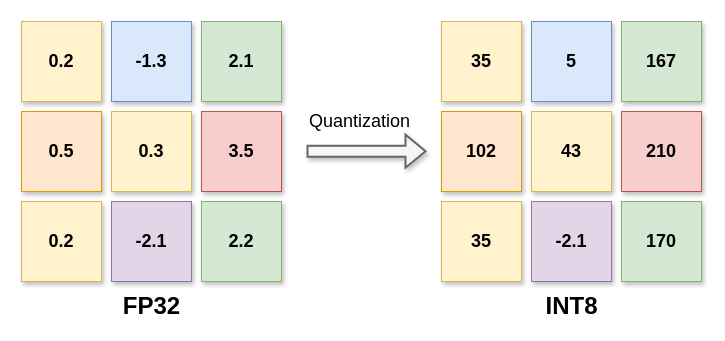
Before: Document/imgs/quantization.drawio in a-mruiz/TFM, a draw.io diagram. Source tidied: cells renumbered, new cells numbered last; positions are measured from the earlier drawing's top-left corner, leaving out a move shared by most shapes. Both pictures are drawn from the tidied source at 100%, with x=0, y=0 at pixel (21, 21).
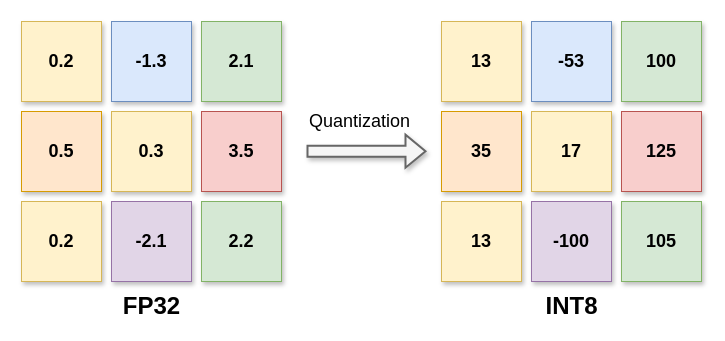
Above is the later version.

Change to the diagram source:
```diff
@@
-    <mxCell id="14" value="&lt;b&gt;&lt;font style=&quot;font-size: 18px;&quot;&gt;35&lt;/font&gt;&lt;/b&gt;" style="whiteSpace=wrap;html=1;fillColor=#fff2cc;strokeColor=#d6b656;shadow=1;" parent="1" vertex="1">
+    <mxCell id="14" value="&lt;b&gt;&lt;font style=&quot;font-size: 18px;&quot;&gt;13&lt;/font&gt;&lt;/b&gt;" style="whiteSpace=wrap;html=1;fillColor=#fff2cc;strokeColor=#d6b656;shadow=1;" parent="1" vertex="1">
       <mxGeometry x="420" width="80" height="80" as="geometry" />
     </mxCell>
-    <mxCell id="15" value="&lt;b&gt;&lt;font style=&quot;font-size: 18px;&quot;&gt;5&lt;/font&gt;&lt;/b&gt;" style="whiteSpace=wrap;html=1;fillColor=#dae8fc;strokeColor=#6c8ebf;shadow=1;" parent="1" vertex="1">
+    <mxCell id="15" value="&lt;b&gt;&lt;font style=&quot;font-size: 18px;&quot;&gt;-53&lt;/font&gt;&lt;/b&gt;" style="whiteSpace=wrap;html=1;fillColor=#dae8fc;strokeColor=#6c8ebf;shadow=1;" parent="1" vertex="1">
       <mxGeometry x="510" width="80" height="80" as="geometry" />
     </mxCell>
-    <mxCell id="16" value="&lt;font style=&quot;font-size: 18px;&quot;&gt;&lt;b&gt;167&lt;/b&gt;&lt;/font&gt;" style="whiteSpace=wrap;html=1;fillColor=#d5e8d4;strokeColor=#82b366;shadow=1;" parent="1" vertex="1">
+    <mxCell id="16" value="&lt;font style=&quot;font-size: 18px;&quot;&gt;&lt;b&gt;100&lt;/b&gt;&lt;/font&gt;" style="whiteSpace=wrap;html=1;fillColor=#d5e8d4;strokeColor=#82b366;shadow=1;" parent="1" vertex="1">
       <mxGeometry x="600" width="80" height="80" as="geometry" />
     </mxCell>
-    <mxCell id="17" value="&lt;font style=&quot;font-size: 18px;&quot;&gt;&lt;b&gt;102&lt;/b&gt;&lt;/font&gt;" style="whiteSpace=wrap;html=1;fillColor=#ffe6cc;strokeColor=#d79b00;shadow=1;" parent="1" vertex="1">
+    <mxCell id="17" value="&lt;font style=&quot;font-size: 18px;&quot;&gt;&lt;b&gt;35&lt;/b&gt;&lt;/font&gt;" style="whiteSpace=wrap;html=1;fillColor=#ffe6cc;strokeColor=#d79b00;shadow=1;" parent="1" vertex="1">
       <mxGeometry x="420" y="90" width="80" height="80" as="geometry" />
     </mxCell>
-    <mxCell id="18" value="&lt;font style=&quot;font-size: 18px;&quot;&gt;&lt;b&gt;43&lt;/b&gt;&lt;/font&gt;" style="whiteSpace=wrap;html=1;fillColor=#fff2cc;strokeColor=#d6b656;shadow=1;" parent="1" vertex="1">
+    <mxCell id="18" value="&lt;font style=&quot;font-size: 18px;&quot;&gt;&lt;b&gt;17&lt;/b&gt;&lt;/font&gt;" style="whiteSpace=wrap;html=1;fillColor=#fff2cc;strokeColor=#d6b656;shadow=1;" parent="1" vertex="1">
       <mxGeometry x="510" y="90" width="80" height="80" as="geometry" />
     </mxCell>
-    <mxCell id="19" value="&lt;font style=&quot;font-size: 18px;&quot;&gt;&lt;b&gt;210&lt;/b&gt;&lt;/font&gt;" style="whiteSpace=wrap;html=1;fillColor=#f8cecc;strokeColor=#b85450;shadow=1;" parent="1" vertex="1">
+    <mxCell id="19" value="&lt;font style=&quot;font-size: 18px;&quot;&gt;&lt;b&gt;125&lt;/b&gt;&lt;/font&gt;" style="whiteSpace=wrap;html=1;fillColor=#f8cecc;strokeColor=#b85450;shadow=1;" parent="1" vertex="1">
       <mxGeometry x="600" y="90" width="80" height="80" as="geometry" />
     </mxCell>
-    <mxCell id="20" value="&lt;font style=&quot;font-size: 18px;&quot;&gt;&lt;b&gt;35&lt;/b&gt;&lt;/font&gt;" style="whiteSpace=wrap;html=1;fillColor=#fff2cc;strokeColor=#d6b656;shadow=1;" parent="1" vertex="1">
+    <mxCell id="20" value="&lt;font style=&quot;font-size: 18px;&quot;&gt;&lt;b&gt;13&lt;/b&gt;&lt;/font&gt;" style="whiteSpace=wrap;html=1;fillColor=#fff2cc;strokeColor=#d6b656;shadow=1;" parent="1" vertex="1">
       <mxGeometry x="420" y="180" width="80" height="80" as="geometry" />
     </mxCell>
-    <mxCell id="21" value="&lt;font style=&quot;font-size: 18px;&quot;&gt;&lt;b&gt;-2.1&lt;/b&gt;&lt;/font&gt;" style="whiteSpace=wrap;html=1;fillColor=#e1d5e7;strokeColor=#9673a6;shadow=1;" parent="1" vertex="1">
+    <mxCell id="21" value="&lt;font style=&quot;font-size: 18px;&quot;&gt;&lt;b&gt;-100&lt;/b&gt;&lt;/font&gt;" style="whiteSpace=wrap;html=1;fillColor=#e1d5e7;strokeColor=#9673a6;shadow=1;" parent="1" vertex="1">
       <mxGeometry x="510" y="180" width="80" height="80" as="geometry" />
     </mxCell>
-    <mxCell id="22" value="&lt;b&gt;&lt;font style=&quot;font-size: 18px;&quot;&gt;170&lt;/font&gt;&lt;/b&gt;" style="whiteSpace=wrap;html=1;fillColor=#d5e8d4;strokeColor=#82b366;shadow=1;" parent="1" vertex="1">
+    <mxCell id="22" value="&lt;b&gt;&lt;font style=&quot;font-size: 18px;&quot;&gt;105&lt;/font&gt;&lt;/b&gt;" style="whiteSpace=wrap;html=1;fillColor=#d5e8d4;strokeColor=#82b366;shadow=1;" parent="1" vertex="1">
       <mxGeometry x="600" y="180" width="80" height="80" as="geometry" />
     </mxCell>
```
